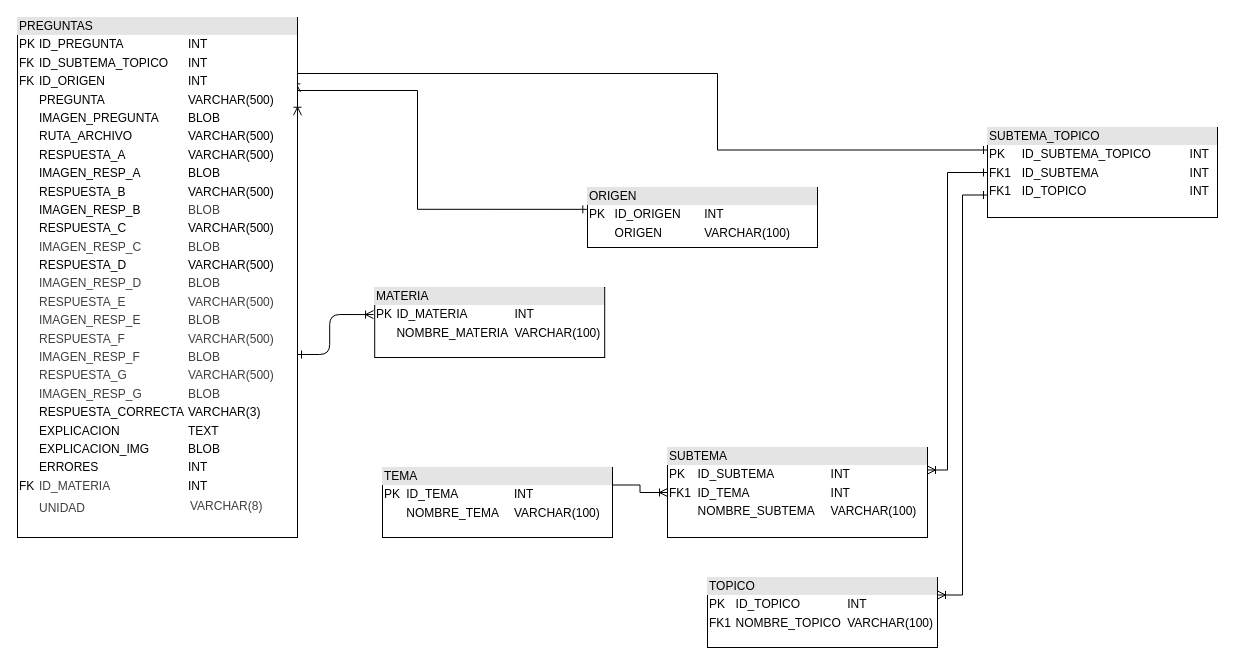
This is DIAGRAMAS/DIAGRAMA_BD_UML_EXAMTESTER.drawio from AlejandroSaul/EXAMTESTER, a draw.io file, before an edit. Source tidied: cells renumbered, new cells numbered last; positions are measured from the earlier drawing's top-left corner, leaving out a move shared by most shapes. Both pictures are drawn from the tidied source at 100%, with x=0, y=0 at pixel (17, 17).
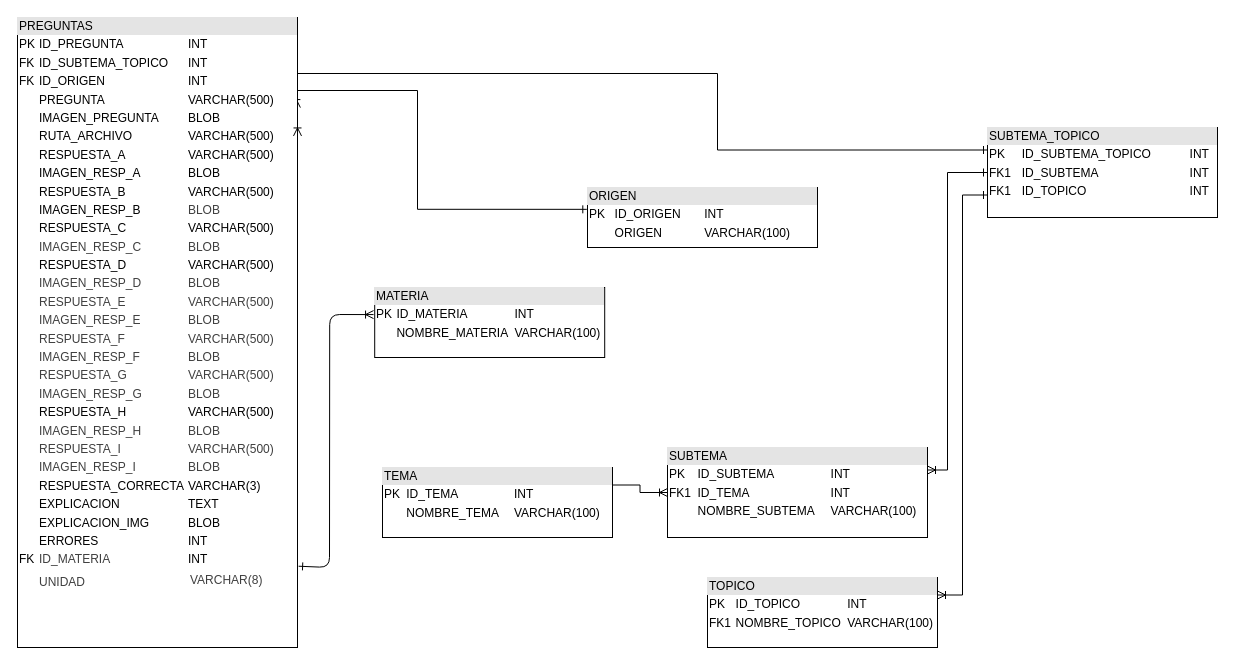
Above is the later version.

Unchanged cells that the change refers to:
```xml
<mxCell id="13" value="&lt;div style=&quot;box-sizing: border-box; width: 100%; background: rgb(228, 228, 228); padding: 2px;&quot;&gt;MATERIA&lt;/div&gt;&lt;table style=&quot;width:100%;font-size:1em;&quot; cellpadding=&quot;2&quot; cellspacing=&quot;0&quot;&gt;&lt;tbody&gt;&lt;tr&gt;&lt;td&gt;PK&lt;/td&gt;&lt;td&gt;ID_MATERIA&lt;/td&gt;&lt;td&gt;INT&lt;/td&gt;&lt;/tr&gt;&lt;tr&gt;&lt;td&gt;&lt;br&gt;&lt;/td&gt;&lt;td&gt;NOMBRE_MATERIA&lt;/td&gt;&lt;td&gt;VARCHAR(100)&lt;/td&gt;&lt;/tr&gt;&lt;/tbody&gt;&lt;/table&gt;" style="verticalAlign=top;align=left;overflow=fill;html=1;whiteSpace=wrap;" parent="1" vertex="1">
  <mxGeometry x="357.2" y="270" width="230" height="70" as="geometry" />
</mxCell>
```

What changed in the source:
```diff
@@
-    <mxCell id="10" value="&lt;div style=&quot;box-sizing: border-box; width: 100%; background: rgb(228, 228, 228); padding: 2px;&quot;&gt;PREGUNTAS&lt;/div&gt;&lt;table style=&quot;width:100%;font-size:1em;&quot; cellpadding=&quot;2&quot; cellspacing=&quot;0&quot;&gt;&lt;tbody&gt;&lt;tr&gt;&lt;td&gt;PK&lt;/td&gt;&lt;td&gt;ID_PREGUNTA&lt;/td&gt;&lt;td&gt;INT&lt;/td&gt;&lt;/tr&gt;&lt;tr&gt;&lt;td&gt;FK&lt;/td&gt;&lt;td&gt;ID_SUBTEMA_TOPICO&lt;/td&gt;&lt;td&gt;INT&lt;/td&gt;&lt;/tr&gt;&lt;tr&gt;&lt;td&gt;FK&lt;/td&gt;&lt;td&gt;ID_ORIGEN&lt;/td&gt;&lt;td&gt;INT&lt;/td&gt;&lt;/tr&gt;&lt;tr&gt;&lt;td&gt;&lt;br&gt;&lt;/td&gt;&lt;td&gt;PREGUNTA&lt;/td&gt;&lt;td&gt;VARCHAR(500)&lt;/td&gt;&lt;/tr&gt;&lt;tr&gt;&lt;td&gt;&lt;br&gt;&lt;/td&gt;&lt;td&gt;IMAGEN_PREGUNTA&lt;/td&gt;&lt;td&gt;BLOB&lt;/td&gt;&lt;/tr&gt;&lt;tr&gt;&lt;td&gt;&lt;br&gt;&lt;/td&gt;&lt;td&gt;RUTA_ARCHIVO&lt;/td&gt;&lt;td&gt;VARCHAR(500)&lt;/td&gt;&lt;/tr&gt;&lt;tr&gt;&lt;td&gt;&lt;br&gt;&lt;/td&gt;&lt;td&gt;RESPUESTA_A&lt;/td&gt;&lt;td&gt;VARCHAR(500)&lt;/td&gt;&lt;/tr&gt;&lt;tr&gt;&lt;td&gt;&lt;br&gt;&lt;/td&gt;&lt;td&gt;IMAGEN_RESP_A&lt;/td&gt;&lt;td&gt;BLOB&lt;/td&gt;&lt;/tr&gt;&lt;tr&gt;&lt;td&gt;&lt;br&gt;&lt;/td&gt;&lt;td&gt;RESPUESTA_B&lt;/td&gt;&lt;td&gt;VARCHAR(500)&lt;/td&gt;&lt;/tr&gt;&lt;tr&gt;&lt;td&gt;&lt;br&gt;&lt;/td&gt;&lt;td&gt;IMAGEN_RESP_B&lt;/td&gt;&lt;td&gt;&lt;span style=&quot;color: rgb(63, 63, 63);&quot;&gt;BLOB&lt;/span&gt;&lt;/td&gt;&lt;/tr&gt;&lt;tr&gt;&lt;td&gt;&lt;br&gt;&lt;/td&gt;&lt;td&gt;RESPUESTA_C&lt;/td&gt;&lt;td&gt;VARCHAR(500)&lt;/td&gt;&lt;/tr&gt;&lt;tr&gt;&lt;td&gt;&lt;br&gt;&lt;/td&gt;&lt;td&gt;&lt;span style=&quot;color: rgb(63, 63, 63);&quot;&gt;IMAGEN_RESP_C&lt;/span&gt;&lt;/td&gt;&lt;td&gt;&lt;span style=&quot;color: rgb(63, 63, 63);&quot;&gt;BLOB&lt;/span&gt;&lt;/td&gt;&lt;/tr&gt;&lt;tr&gt;&lt;td&gt;&lt;br&gt;&lt;/td&gt;&lt;td&gt;RESPUESTA_D&lt;/td&gt;&lt;td&gt;VARCHAR(500)&lt;/td&gt;&lt;/tr&gt;&lt;tr&gt;&lt;td&gt;&lt;br&gt;&lt;/td&gt;&lt;td&gt;&lt;span style=&quot;color: rgb(63, 63, 63);&quot;&gt;IMAGEN_RESP_D&lt;/span&gt;&lt;/td&gt;&lt;td&gt;&lt;span style=&quot;color: rgb(63, 63, 63);&quot;&gt;BLOB&lt;/span&gt;&lt;/td&gt;&lt;/tr&gt;&lt;tr&gt;&lt;td&gt;&lt;br&gt;&lt;/td&gt;&lt;td&gt;&lt;span style=&quot;color: rgb(63, 63, 63);&quot;&gt;RESPUESTA_E&lt;/span&gt;&lt;/td&gt;&lt;td&gt;&lt;span style=&quot;color: rgb(63, 63, 63);&quot;&gt;VARCHAR(500)&lt;/span&gt;&lt;/td&gt;&lt;/tr&gt;&lt;tr&gt;&lt;td&gt;&lt;br&gt;&lt;/td&gt;&lt;td&gt;&lt;span style=&quot;color: rgb(63, 63, 63);&quot;&gt;IMAGEN_RESP_E&lt;/span&gt;&lt;/td&gt;&lt;td&gt;&lt;span style=&quot;color: rgb(63, 63, 63);&quot;&gt;BLOB&lt;/span&gt;&lt;/td&gt;&lt;/tr&gt;&lt;tr&gt;&lt;td&gt;&lt;br&gt;&lt;/td&gt;&lt;td&gt;&lt;span style=&quot;color: rgb(63, 63, 63);&quot;&gt;RESPUESTA_F&lt;/span&gt;&lt;/td&gt;&lt;td&gt;&lt;span style=&quot;color: rgb(63, 63, 63);&quot;&gt;VARCHAR(500)&lt;/span&gt;&lt;/td&gt;&lt;/tr&gt;&lt;tr&gt;&lt;td&gt;&lt;br&gt;&lt;/td&gt;&lt;td&gt;&lt;span style=&quot;color: rgb(63, 63, 63);&quot;&gt;IMAGEN_RESP_F&lt;/span&gt;&lt;/td&gt;&lt;td&gt;&lt;span style=&quot;color: rgb(63, 63, 63);&quot;&gt;BLOB&lt;/span&gt;&lt;/td&gt;&lt;/tr&gt;&lt;tr&gt;&lt;td&gt;&lt;br&gt;&lt;/td&gt;&lt;td&gt;&lt;span style=&quot;color: rgb(63, 63, 63);&quot;&gt;RESPUESTA_G&lt;/span&gt;&lt;/td&gt;&lt;td&gt;&lt;span style=&quot;color: rgb(63, 63, 63);&quot;&gt;VARCHAR(500)&lt;/span&gt;&lt;/td&gt;&lt;/tr&gt;&lt;tr&gt;&lt;td&gt;&lt;br&gt;&lt;/td&gt;&lt;td&gt;&lt;span style=&quot;color: rgb(63, 63, 63);&quot;&gt;IMAGEN_RESP_G&lt;/span&gt;&lt;/td&gt;&lt;td&gt;&lt;span style=&quot;color: rgb(63, 63, 63);&quot;&gt;BLOB&lt;/span&gt;&lt;/td&gt;&lt;/tr&gt;&lt;tr&gt;&lt;td&gt;&lt;br&gt;&lt;/td&gt;&lt;td&gt;RESPUESTA_CORRECTA&lt;/td&gt;&lt;td&gt;VARCHAR(3)&lt;/td&gt;&lt;/tr&gt;&lt;tr&gt;&lt;td&gt;&lt;br&gt;&lt;/td&gt;&lt;td&gt;EXPLICACION&lt;/td&gt;&lt;td&gt;TEXT&lt;/td&gt;&lt;/tr&gt;&lt;tr&gt;&lt;td&gt;&lt;br&gt;&lt;/td&gt;&lt;td&gt;EXPLICACION_IMG&lt;/td&gt;&lt;td&gt;BLOB&lt;/td&gt;&lt;/tr&gt;&lt;tr&gt;&lt;td&gt;&lt;br&gt;&lt;/td&gt;&lt;td&gt;ERRORES&lt;/td&gt;&lt;td&gt;INT&lt;/td&gt;&lt;/tr&gt;&lt;tr&gt;&lt;td&gt;FK&lt;/td&gt;&lt;td&gt;&lt;span style=&quot;color: rgb(63, 63, 63);&quot;&gt;ID_MATERIA&lt;/span&gt;&lt;/td&gt;&lt;td&gt;INT&lt;/td&gt;&lt;/tr&gt;&lt;tr&gt;&lt;td&gt;&lt;br&gt;&lt;/td&gt;&lt;td&gt;&lt;span style=&quot;color: rgb(63, 63, 63);&quot;&gt;UNIDAD&lt;/span&gt;&lt;/td&gt;&lt;td&gt;&lt;table style=&quot;color: rgb(63, 63, 63); scrollbar-color: rgb(226, 226, 226) rgb(251, 251, 251); font-size: 1em; width: 240px;&quot; cellpadding=&quot;2&quot; cellspacing=&quot;0&quot;&gt;&lt;tbody style=&quot;color: rgb(63, 63, 63); scrollbar-color: rgb(226, 226, 226) rgb(251, 251, 251);&quot;&gt;&lt;tr style=&quot;color: rgb(63, 63, 63); scrollbar-color: rgb(226, 226, 226) rgb(251, 251, 251);&quot;&gt;&lt;td style=&quot;color: rgb(63, 63, 63); scrollbar-color: rgb(226, 226, 226) rgb(251, 251, 251);&quot;&gt;VARCHAR(8)&lt;/td&gt;&lt;/tr&gt;&lt;tr style=&quot;color: rgb(63, 63, 63); scrollbar-color: rgb(226, 226, 226) rgb(251, 251, 251);&quot;&gt;&lt;td style=&quot;color: rgb(63, 63, 63); scrollbar-color: rgb(226, 226, 226) rgb(251, 251, 251);&quot;&gt;&lt;/td&gt;&lt;/tr&gt;&lt;/tbody&gt;&lt;/table&gt;&lt;/td&gt;&lt;/tr&gt;&lt;/tbody&gt;&lt;/table&gt;" style="verticalAlign=top;align=left;overflow=fill;html=1;whiteSpace=wrap;" parent="1" vertex="1">
-      <mxGeometry width="280" height="520" as="geometry" />
+    <mxCell id="10" value="&lt;div style=&quot;box-sizing: border-box; width: 100%; background: rgb(228, 228, 228); padding: 2px;&quot;&gt;PREGUNTAS&lt;/div&gt;&lt;table style=&quot;width:100%;font-size:1em;&quot; cellpadding=&quot;2&quot; cellspacing=&quot;0&quot;&gt;&lt;tbody&gt;&lt;tr&gt;&lt;td&gt;PK&lt;/td&gt;&lt;td&gt;ID_PREGUNTA&lt;/td&gt;&lt;td&gt;INT&lt;/td&gt;&lt;/tr&gt;&lt;tr&gt;&lt;td&gt;FK&lt;/td&gt;&lt;td&gt;ID_SUBTEMA_TOPICO&lt;/td&gt;&lt;td&gt;INT&lt;/td&gt;&lt;/tr&gt;&lt;tr&gt;&lt;td&gt;FK&lt;/td&gt;&lt;td&gt;ID_ORIGEN&lt;/td&gt;&lt;td&gt;INT&lt;/td&gt;&lt;/tr&gt;&lt;tr&gt;&lt;td&gt;&lt;br&gt;&lt;/td&gt;&lt;td&gt;PREGUNTA&lt;/td&gt;&lt;td&gt;VARCHAR(500)&lt;/td&gt;&lt;/tr&gt;&lt;tr&gt;&lt;td&gt;&lt;br&gt;&lt;/td&gt;&lt;td&gt;IMAGEN_PREGUNTA&lt;/td&gt;&lt;td&gt;BLOB&lt;/td&gt;&lt;/tr&gt;&lt;tr&gt;&lt;td&gt;&lt;br&gt;&lt;/td&gt;&lt;td&gt;RUTA_ARCHIVO&lt;/td&gt;&lt;td&gt;VARCHAR(500)&lt;/td&gt;&lt;/tr&gt;&lt;tr&gt;&lt;td&gt;&lt;br&gt;&lt;/td&gt;&lt;td&gt;RESPUESTA_A&lt;/td&gt;&lt;td&gt;VARCHAR(500)&lt;/td&gt;&lt;/tr&gt;&lt;tr&gt;&lt;td&gt;&lt;br&gt;&lt;/td&gt;&lt;td&gt;IMAGEN_RESP_A&lt;/td&gt;&lt;td&gt;BLOB&lt;/td&gt;&lt;/tr&gt;&lt;tr&gt;&lt;td&gt;&lt;br&gt;&lt;/td&gt;&lt;td&gt;RESPUESTA_B&lt;/td&gt;&lt;td&gt;VARCHAR(500)&lt;/td&gt;&lt;/tr&gt;&lt;tr&gt;&lt;td&gt;&lt;br&gt;&lt;/td&gt;&lt;td&gt;IMAGEN_RESP_B&lt;/td&gt;&lt;td&gt;&lt;span style=&quot;color: rgb(63, 63, 63);&quot;&gt;BLOB&lt;/span&gt;&lt;/td&gt;&lt;/tr&gt;&lt;tr&gt;&lt;td&gt;&lt;br&gt;&lt;/td&gt;&lt;td&gt;RESPUESTA_C&lt;/td&gt;&lt;td&gt;VARCHAR(500)&lt;/td&gt;&lt;/tr&gt;&lt;tr&gt;&lt;td&gt;&lt;br&gt;&lt;/td&gt;&lt;td&gt;&lt;span style=&quot;color: rgb(63, 63, 63);&quot;&gt;IMAGEN_RESP_C&lt;/span&gt;&lt;/td&gt;&lt;td&gt;&lt;span style=&quot;color: rgb(63, 63, 63);&quot;&gt;BLOB&lt;/span&gt;&lt;/td&gt;&lt;/tr&gt;&lt;tr&gt;&lt;td&gt;&lt;br&gt;&lt;/td&gt;&lt;td&gt;RESPUESTA_D&lt;/td&gt;&lt;td&gt;VARCHAR(500)&lt;/td&gt;&lt;/tr&gt;&lt;tr&gt;&lt;td&gt;&lt;br&gt;&lt;/td&gt;&lt;td&gt;&lt;span style=&quot;color: rgb(63, 63, 63);&quot;&gt;IMAGEN_RESP_D&lt;/span&gt;&lt;/td&gt;&lt;td&gt;&lt;span style=&quot;color: rgb(63, 63, 63);&quot;&gt;BLOB&lt;/span&gt;&lt;/td&gt;&lt;/tr&gt;&lt;tr&gt;&lt;td&gt;&lt;br&gt;&lt;/td&gt;&lt;td&gt;&lt;span style=&quot;color: rgb(63, 63, 63);&quot;&gt;RESPUESTA_E&lt;/span&gt;&lt;/td&gt;&lt;td&gt;&lt;span style=&quot;color: rgb(63, 63, 63);&quot;&gt;VARCHAR(500)&lt;/span&gt;&lt;/td&gt;&lt;/tr&gt;&lt;tr&gt;&lt;td&gt;&lt;br&gt;&lt;/td&gt;&lt;td&gt;&lt;span style=&quot;color: rgb(63, 63, 63);&quot;&gt;IMAGEN_RESP_E&lt;/span&gt;&lt;/td&gt;&lt;td&gt;&lt;span style=&quot;color: rgb(63, 63, 63);&quot;&gt;BLOB&lt;/span&gt;&lt;/td&gt;&lt;/tr&gt;&lt;tr&gt;&lt;td&gt;&lt;br&gt;&lt;/td&gt;&lt;td&gt;&lt;span style=&quot;color: rgb(63, 63, 63);&quot;&gt;RESPUESTA_F&lt;/span&gt;&lt;/td&gt;&lt;td&gt;&lt;span style=&quot;color: rgb(63, 63, 63);&quot;&gt;VARCHAR(500)&lt;/span&gt;&lt;/td&gt;&lt;/tr&gt;&lt;tr&gt;&lt;td&gt;&lt;br&gt;&lt;/td&gt;&lt;td&gt;&lt;span style=&quot;color: rgb(63, 63, 63);&quot;&gt;IMAGEN_RESP_F&lt;/span&gt;&lt;/td&gt;&lt;td&gt;&lt;span style=&quot;color: rgb(63, 63, 63);&quot;&gt;BLOB&lt;/span&gt;&lt;/td&gt;&lt;/tr&gt;&lt;tr&gt;&lt;td&gt;&lt;br&gt;&lt;/td&gt;&lt;td&gt;&lt;span style=&quot;color: rgb(63, 63, 63);&quot;&gt;RESPUESTA_G&lt;/span&gt;&lt;/td&gt;&lt;td&gt;&lt;span style=&quot;color: rgb(63, 63, 63);&quot;&gt;VARCHAR(500)&lt;/span&gt;&lt;/td&gt;&lt;/tr&gt;&lt;tr&gt;&lt;td&gt;&lt;br&gt;&lt;/td&gt;&lt;td&gt;&lt;span style=&quot;color: rgb(63, 63, 63);&quot;&gt;IMAGEN_RESP_G&lt;/span&gt;&lt;/td&gt;&lt;td&gt;&lt;span style=&quot;color: rgb(63, 63, 63);&quot;&gt;BLOB&lt;/span&gt;&lt;/td&gt;&lt;/tr&gt;&lt;tr&gt;&lt;td&gt;&lt;br&gt;&lt;/td&gt;&lt;td&gt;RESPUESTA_H&lt;/td&gt;&lt;td&gt;VARCHAR(500)&lt;/td&gt;&lt;/tr&gt;&lt;tr&gt;&lt;td&gt;&lt;br&gt;&lt;/td&gt;&lt;td&gt;&lt;span style=&quot;color: rgb(63, 63, 63);&quot;&gt;IMAGEN_RESP_H&lt;/span&gt;&lt;/td&gt;&lt;td&gt;&lt;span style=&quot;color: rgb(63, 63, 63);&quot;&gt;BLOB&lt;/span&gt;&lt;/td&gt;&lt;/tr&gt;&lt;tr&gt;&lt;td&gt;&lt;br&gt;&lt;/td&gt;&lt;td&gt;&lt;span style=&quot;color: rgb(63, 63, 63);&quot;&gt;RESPUESTA_I&lt;/span&gt;&lt;/td&gt;&lt;td&gt;&lt;span style=&quot;color: rgb(63, 63, 63);&quot;&gt;VARCHAR(500)&lt;/span&gt;&lt;/td&gt;&lt;/tr&gt;&lt;tr&gt;&lt;td&gt;&lt;br&gt;&lt;/td&gt;&lt;td&gt;&lt;span style=&quot;color: rgb(63, 63, 63);&quot;&gt;IMAGEN_RESP_I&lt;/span&gt;&lt;/td&gt;&lt;td&gt;&lt;span style=&quot;color: rgb(63, 63, 63);&quot;&gt;BLOB&lt;/span&gt;&lt;/td&gt;&lt;/tr&gt;&lt;tr&gt;&lt;td&gt;&lt;br&gt;&lt;/td&gt;&lt;td&gt;RESPUESTA_CORRECTA&lt;/td&gt;&lt;td&gt;VARCHAR(3)&lt;/td&gt;&lt;/tr&gt;&lt;tr&gt;&lt;td&gt;&lt;br&gt;&lt;/td&gt;&lt;td&gt;EXPLICACION&lt;/td&gt;&lt;td&gt;TEXT&lt;/td&gt;&lt;/tr&gt;&lt;tr&gt;&lt;td&gt;&lt;br&gt;&lt;/td&gt;&lt;td&gt;EXPLICACION_IMG&lt;/td&gt;&lt;td&gt;BLOB&lt;/td&gt;&lt;/tr&gt;&lt;tr&gt;&lt;td&gt;&lt;br&gt;&lt;/td&gt;&lt;td&gt;ERRORES&lt;/td&gt;&lt;td&gt;INT&lt;/td&gt;&lt;/tr&gt;&lt;tr&gt;&lt;td&gt;FK&lt;/td&gt;&lt;td&gt;&lt;span style=&quot;color: rgb(63, 63, 63);&quot;&gt;ID_MATERIA&lt;/span&gt;&lt;/td&gt;&lt;td&gt;INT&lt;/td&gt;&lt;/tr&gt;&lt;tr&gt;&lt;td&gt;&lt;br&gt;&lt;/td&gt;&lt;td&gt;&lt;span style=&quot;color: rgb(63, 63, 63);&quot;&gt;UNIDAD&lt;/span&gt;&lt;/td&gt;&lt;td&gt;&lt;table style=&quot;color: rgb(63, 63, 63); scrollbar-color: rgb(226, 226, 226) rgb(251, 251, 251); font-size: 1em; width: 240px;&quot; cellpadding=&quot;2&quot; cellspacing=&quot;0&quot;&gt;&lt;tbody style=&quot;color: rgb(63, 63, 63); scrollbar-color: rgb(226, 226, 226) rgb(251, 251, 251);&quot;&gt;&lt;tr style=&quot;color: rgb(63, 63, 63); scrollbar-color: rgb(226, 226, 226) rgb(251, 251, 251);&quot;&gt;&lt;td style=&quot;color: rgb(63, 63, 63); scrollbar-color: rgb(226, 226, 226) rgb(251, 251, 251);&quot;&gt;VARCHAR(8)&lt;/td&gt;&lt;/tr&gt;&lt;tr style=&quot;color: rgb(63, 63, 63); scrollbar-color: rgb(226, 226, 226) rgb(251, 251, 251);&quot;&gt;&lt;td style=&quot;color: rgb(63, 63, 63); scrollbar-color: rgb(226, 226, 226) rgb(251, 251, 251);&quot;&gt;&lt;/td&gt;&lt;/tr&gt;&lt;/tbody&gt;&lt;/table&gt;&lt;/td&gt;&lt;/tr&gt;&lt;/tbody&gt;&lt;/table&gt;" style="verticalAlign=top;align=left;overflow=fill;html=1;whiteSpace=wrap;" parent="1" vertex="1">
+      <mxGeometry width="280" height="630" as="geometry" />
     </mxCell>
@@
-    <mxCell id="14" style="edgeStyle=none;html=1;entryX=0.991;entryY=0.838;entryDx=0;entryDy=0;entryPerimeter=0;startArrow=ERoneToMany;startFill=0;endArrow=ERone;endFill=0;exitX=-0.005;exitY=0.387;exitDx=0;exitDy=0;exitPerimeter=0;" parent="1" edge="1" source="13">
+    <mxCell id="14" style="edgeStyle=none;html=1;entryX=1.004;entryY=0.871;entryDx=0;entryDy=0;entryPerimeter=0;startArrow=ERoneToMany;startFill=0;endArrow=ERone;endFill=0;exitX=-0.005;exitY=0.387;exitDx=0;exitDy=0;exitPerimeter=0;" parent="1" edge="1" source="13" target="10">
       <mxGeometry relative="1" as="geometry">
-        <mxPoint x="280" y="337" as="targetPoint" />
         <Array as="points">
           <mxPoint x="312.2" y="297" />
-          <mxPoint x="312.2" y="337" />
+          <mxPoint x="312" y="550" />
         </Array>
       </mxGeometry>
     </mxCell>
```
